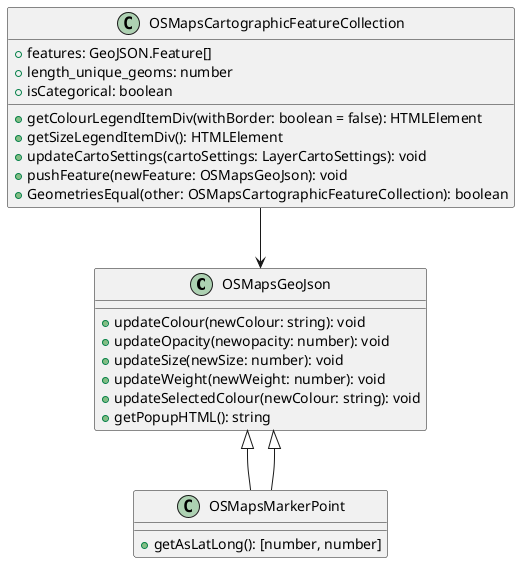
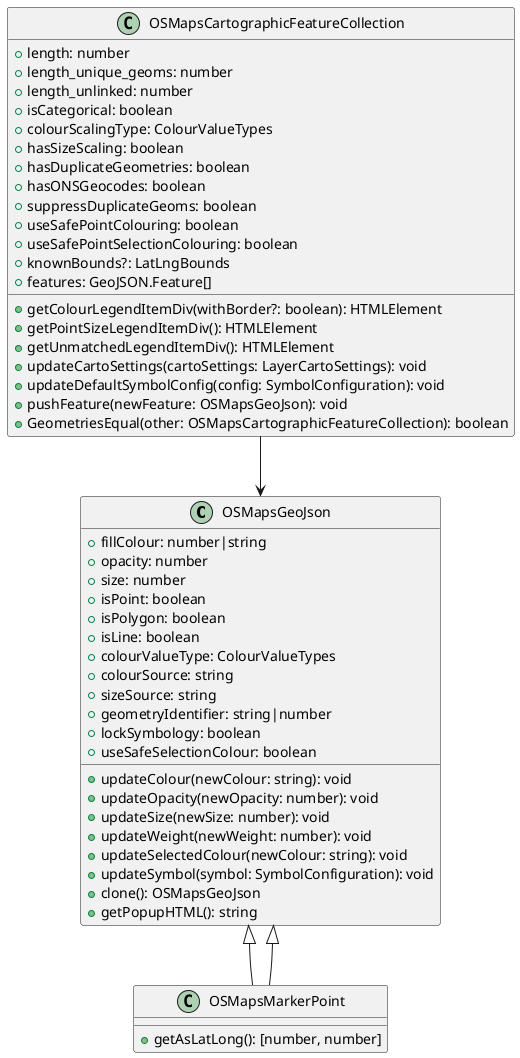
@startuml
class OSMapsGeoJson {
+     +fillColour: number|string
+     +opacity: number
+     +size: number
+     +isPoint: boolean
+     +isPolygon: boolean
+     +isLine: boolean
+     +colourValueType: ColourValueTypes
+     +colourSource: string
+     +sizeSource: string
+     +geometryIdentifier: string|number
+     +lockSymbology: boolean
+     +useSafeSelectionColour: boolean
    +updateColour(newColour: string): void
-     +updateOpacity(newopacity: number): void
+     +updateOpacity(newOpacity: number): void
    +updateSize(newSize: number): void
    +updateWeight(newWeight: number): void
    +updateSelectedColour(newColour: string): void
+     +updateSymbol(symbol: SymbolConfiguration): void
+     +clone(): OSMapsGeoJson
    +getPopupHTML(): string
}

class OSMapsMarkerPoint extends OSMapsGeoJson {
    +getAsLatLong(): [number, number]
}

class OSMapsCartographicFeatureCollection {
+     +length: number
+     +length_unique_geoms: number
+     +length_unlinked: number
+     +isCategorical: boolean
+     +colourScalingType: ColourValueTypes
+     +hasSizeScaling: boolean
+     +hasDuplicateGeometries: boolean
+     +hasONSGeocodes: boolean
+     +suppressDuplicateGeoms: boolean
+     +useSafePointColouring: boolean
+     +useSafePointSelectionColouring: boolean
+     +knownBounds?: LatLngBounds
    +features: GeoJSON.Feature[]
-     +length_unique_geoms: number
-     +isCategorical: boolean
-     +getColourLegendItemDiv(withBorder: boolean = false): HTMLElement
-     +getSizeLegendItemDiv(): HTMLElement
+     +getColourLegendItemDiv(withBorder?: boolean): HTMLElement
+     +getPointSizeLegendItemDiv(): HTMLElement
+     +getUnmatchedLegendItemDiv(): HTMLElement
    +updateCartoSettings(cartoSettings: LayerCartoSettings): void
+     +updateDefaultSymbolConfig(config: SymbolConfiguration): void
    +pushFeature(newFeature: OSMapsGeoJson): void
    +GeometriesEqual(other: OSMapsCartographicFeatureCollection): boolean
}

OSMapsCartographicFeatureCollection --> OSMapsGeoJson
OSMapsGeoJson <|-- OSMapsMarkerPoint
@enduml